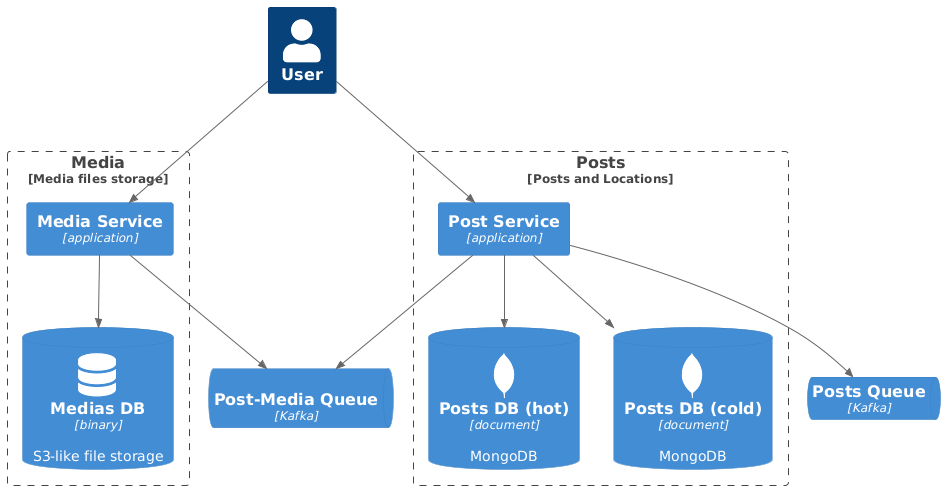
This is puml/c4-l2-create_post.png from averkhoglyad/travel-net-system-design, a PlantUML export, as it was before one commit.
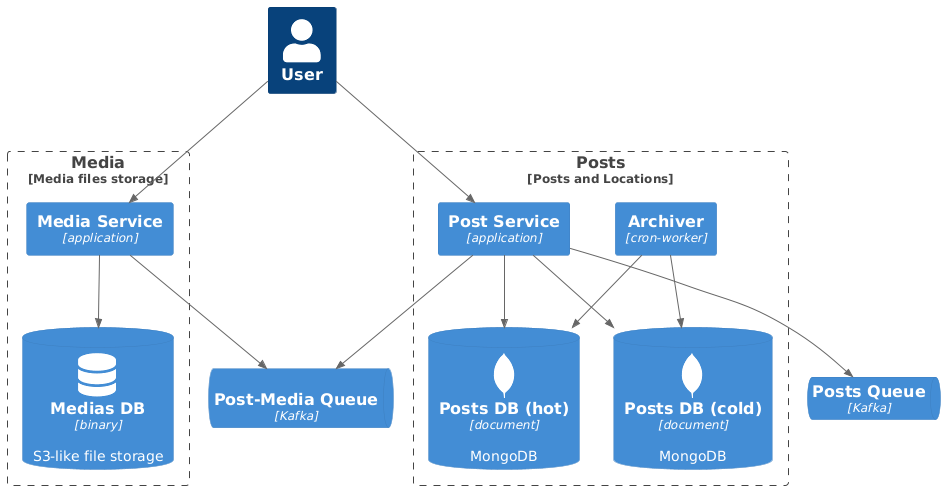
Later version of the same file.

The edit, as a diff of the source:
```diff
@@ -21,10 +21,13 @@
 
 Boundary(posts, "Posts", "Posts and Locations") {
     Container(post_service, 'Post Service', "application")
+    Container(post_arch_worker, 'Archiver', "cron-worker")
     ContainerDb(posts_db_hot, "Posts DB (hot)", "document", "MongoDB", $sprite="mongodb")
     ContainerDb(posts_db_cold, "Posts DB (cold)", "document", "MongoDB", $sprite="mongodb")
     Rel(post_service, posts_db_hot, "", "")
     Rel(post_service, posts_db_cold, "", "")
+    Rel(post_arch_worker, posts_db_hot, "", "")
+    Rel(post_arch_worker, posts_db_cold, "", "")
 }
 
 ContainerQueue(post_media_queue, "Post-Media Queue", "Kafka", $sprite='apachekafka')
```
